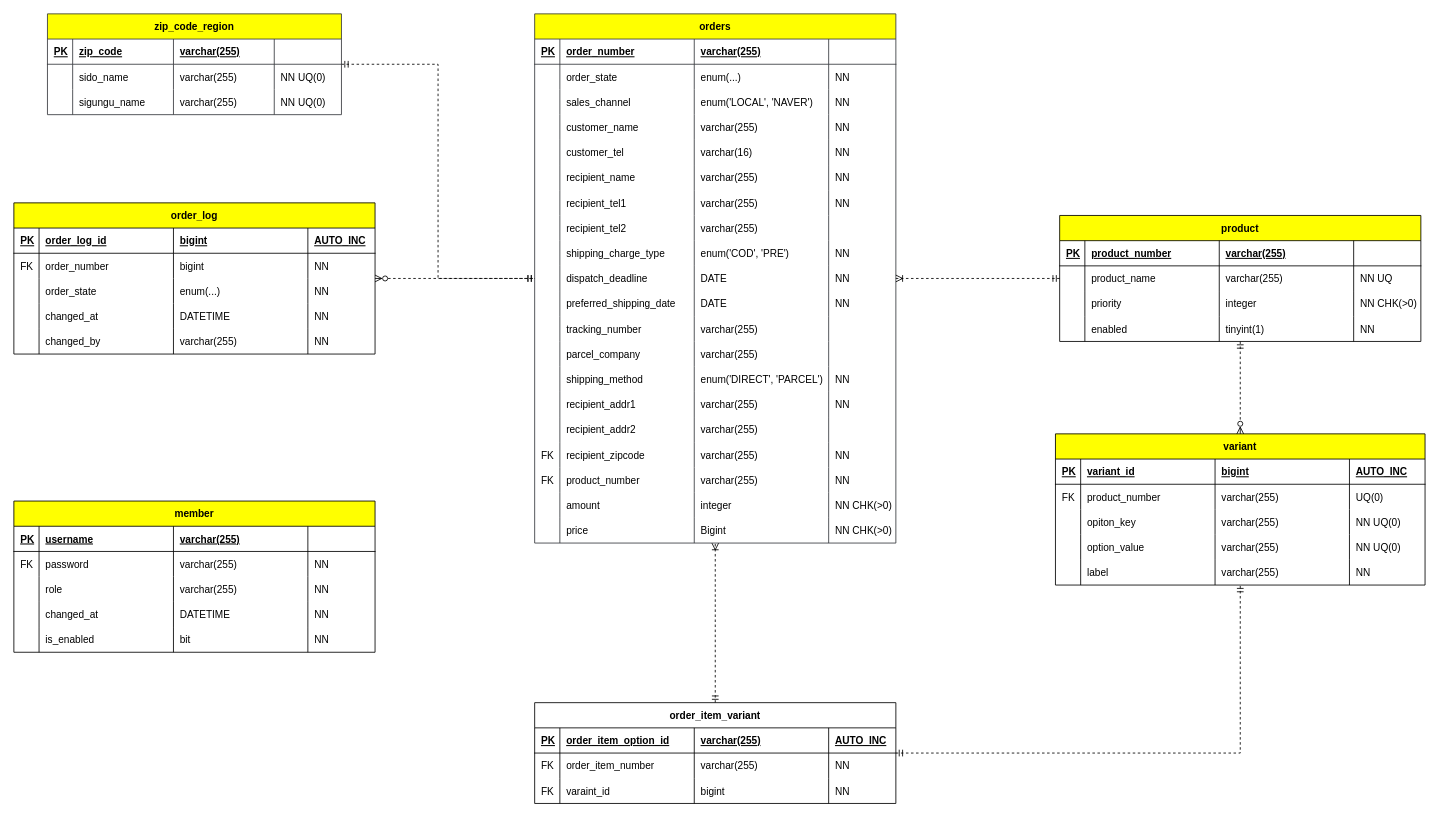
Before: src/doc/entity-relationship-diagram.drawio in manibogo-oms/manibogo-oms-v2, a draw.io diagram. Source tidied: cells renumbered, new cells numbered last; positions are measured from the earlier drawing's top-left corner, leaving out a move shared by most shapes. Both pictures are drawn from the tidied source at 84%, with x=0, y=0 at pixel (13, 13).
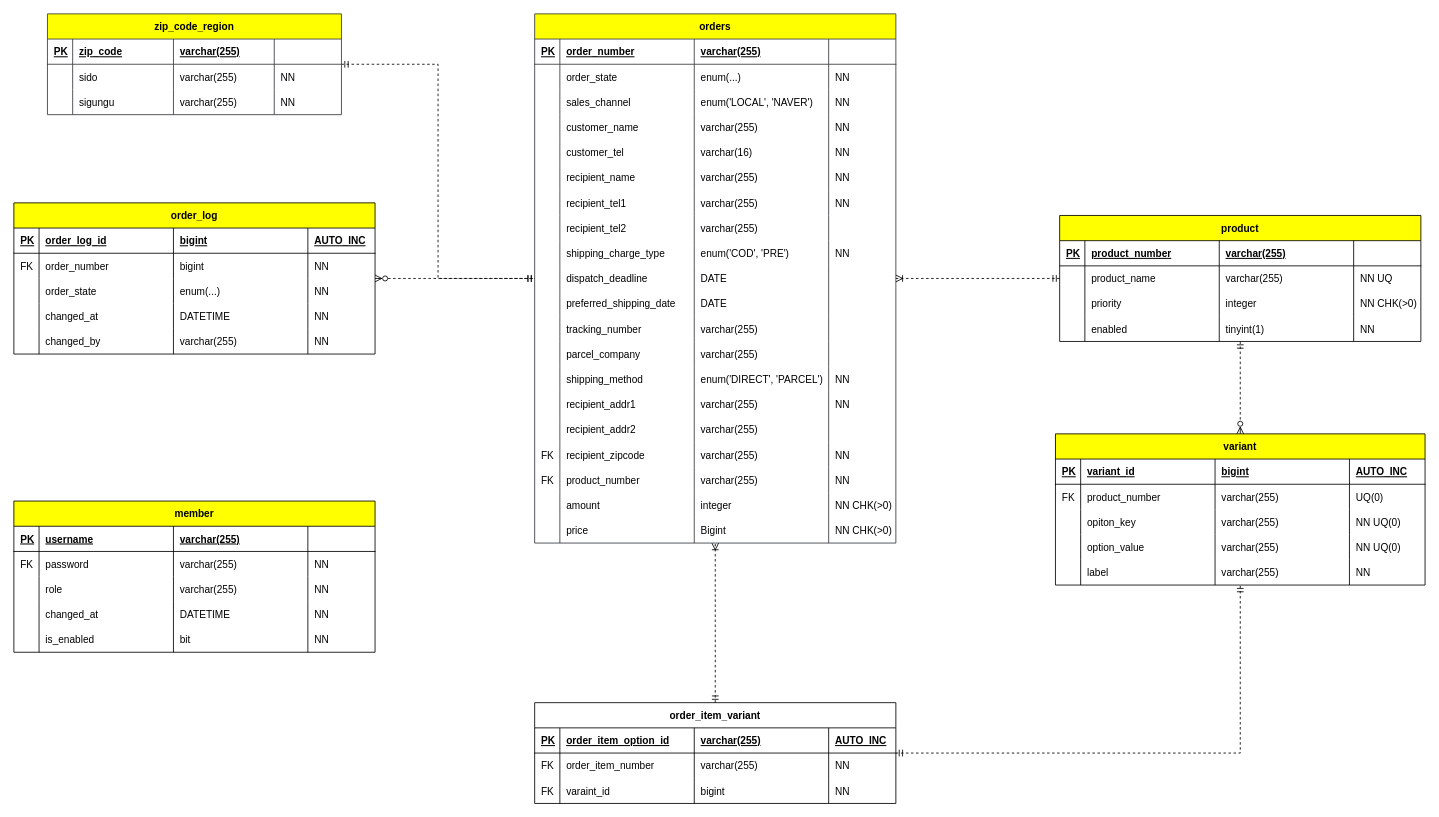
After the change.

The change refers to these unchanged cells:
```xml
<mxCell id="92" style="shape=tableRow;horizontal=0;startSize=0;swimlaneHead=0;swimlaneBody=0;fillColor=none;strokeColor=inherit;top=0;left=0;right=0;bottom=0;" parent="46" vertex="1">
  <mxGeometry y="300" width="430" height="30" as="geometry" />
</mxCell>
<mxCell id="97" style="shape=tableRow;horizontal=0;startSize=0;swimlaneHead=0;swimlaneBody=0;fillColor=none;strokeColor=inherit;top=0;left=0;right=0;bottom=0;" parent="46" vertex="1">
  <mxGeometry y="330" width="430" height="30" as="geometry" />
</mxCell>
<mxCell id="204" style="shape=tableRow;horizontal=0;startSize=0;swimlaneHead=0;swimlaneBody=0;fillColor=none;strokeColor=inherit;top=0;left=0;right=0;bottom=0;" parent="198" vertex="1">
  <mxGeometry y="60" width="350" height="30" as="geometry" />
</mxCell>
<mxCell id="209" style="shape=tableRow;horizontal=0;startSize=0;swimlaneHead=0;swimlaneBody=0;fillColor=none;strokeColor=inherit;top=0;left=0;right=0;bottom=0;" parent="198" vertex="1">
  <mxGeometry y="90" width="350" height="30" as="geometry" />
</mxCell>
```

Diff of the diagram source:
```diff
@@
-    <mxCell id="96" value="NN" style="shape=partialRectangle;overflow=hidden;fillColor=none;align=left;strokeColor=inherit;top=0;left=0;bottom=0;right=0;spacingLeft=6;" parent="92" vertex="1">
+    <mxCell id="96" style="shape=partialRectangle;overflow=hidden;fillColor=none;align=left;strokeColor=inherit;top=0;left=0;bottom=0;right=0;spacingLeft=6;" parent="92" vertex="1">
       <mxGeometry x="350" width="80" height="30" as="geometry" />
     </mxCell>
@@
-    <mxCell id="101" value="NN" style="shape=partialRectangle;overflow=hidden;fillColor=none;align=left;strokeColor=inherit;top=0;left=0;bottom=0;right=0;spacingLeft=6;" parent="97" vertex="1">
+    <mxCell id="101" style="shape=partialRectangle;overflow=hidden;fillColor=none;align=left;strokeColor=inherit;top=0;left=0;bottom=0;right=0;spacingLeft=6;" parent="97" vertex="1">
       <mxGeometry x="350" width="80" height="30" as="geometry" />
     </mxCell>
@@
-    <mxCell id="206" value="sido_name" style="shape=partialRectangle;overflow=hidden;fillColor=none;align=left;strokeColor=inherit;top=0;left=0;bottom=0;right=0;spacingLeft=6;" parent="204" vertex="1">
+    <mxCell id="206" value="sido" style="shape=partialRectangle;overflow=hidden;fillColor=none;align=left;strokeColor=inherit;top=0;left=0;bottom=0;right=0;spacingLeft=6;" parent="204" vertex="1">
       <mxGeometry x="30" width="120" height="30" as="geometry" />
     </mxCell>
@@
-    <mxCell id="208" value="NN UQ(0)" style="shape=partialRectangle;overflow=hidden;fillColor=none;align=left;strokeColor=inherit;top=0;left=0;bottom=0;right=0;spacingLeft=6;" parent="204" vertex="1">
+    <mxCell id="208" value="NN" style="shape=partialRectangle;overflow=hidden;fillColor=none;align=left;strokeColor=inherit;top=0;left=0;bottom=0;right=0;spacingLeft=6;" parent="204" vertex="1">
       <mxGeometry x="270" width="80" height="30" as="geometry" />
     </mxCell>
@@
-    <mxCell id="211" value="sigungu_name" style="shape=partialRectangle;overflow=hidden;fillColor=none;align=left;strokeColor=inherit;top=0;left=0;bottom=0;right=0;spacingLeft=6;" parent="209" vertex="1">
+    <mxCell id="211" value="sigungu" style="shape=partialRectangle;overflow=hidden;fillColor=none;align=left;strokeColor=inherit;top=0;left=0;bottom=0;right=0;spacingLeft=6;" parent="209" vertex="1">
       <mxGeometry x="30" width="120" height="30" as="geometry" />
     </mxCell>
@@
-    <mxCell id="213" value="NN UQ(0)" style="shape=partialRectangle;overflow=hidden;fillColor=none;align=left;strokeColor=inherit;top=0;left=0;bottom=0;right=0;spacingLeft=6;" parent="209" vertex="1">
+    <mxCell id="213" value="NN" style="shape=partialRectangle;overflow=hidden;fillColor=none;align=left;strokeColor=inherit;top=0;left=0;bottom=0;right=0;spacingLeft=6;" parent="209" vertex="1">
       <mxGeometry x="270" width="80" height="30" as="geometry" />
     </mxCell>
```
